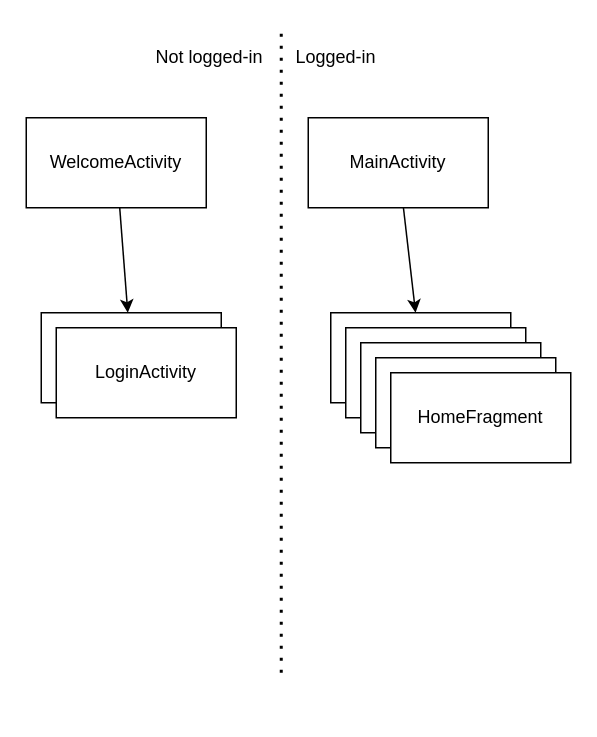
Before: docs/Untitled Diagram.drawio in mobapp20g6/frivillig-app1, a draw.io diagram. Source tidied: cells renumbered, new cells numbered last; positions are measured from the earlier drawing's top-left corner, leaving out a move shared by most shapes. Both pictures are drawn from the tidied source at 150%, with x=0, y=0 at pixel (26, 27).
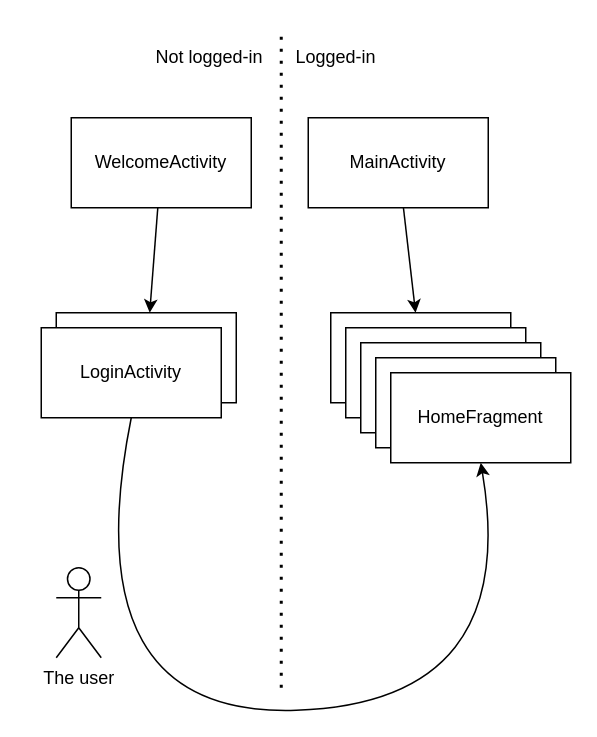
The same diagram, later.

The change refers to these unchanged cells:
```xml
<mxCell id="12" value="HomeFragment" style="whiteSpace=wrap;html=1;rounded=0;" parent="1" vertex="1">
  <mxGeometry x="243" y="230" width="120" height="60" as="geometry" />
</mxCell>
```

The edit, as a diff of the source:
```diff
@@
     <mxCell id="3" value="WelcomeActivity" style="rounded=0;whiteSpace=wrap;html=1;" parent="1" vertex="1">
-      <mxGeometry y="60" width="120" height="60" as="geometry" />
+      <mxGeometry x="30" y="60" width="120" height="60" as="geometry" />
     </mxCell>
     <mxCell id="4" style="whiteSpace=wrap;html=1;rounded=0;" parent="1" vertex="1">
-      <mxGeometry x="10" y="190" width="120" height="60" as="geometry" />
+      <mxGeometry x="20" y="190" width="120" height="60" as="geometry" />
     </mxCell>
@@
     <mxCell id="7" value="LoginActivity" style="whiteSpace=wrap;html=1;rounded=0;" parent="1" vertex="1">
-      <mxGeometry x="20" y="200" width="120" height="60" as="geometry" />
+      <mxGeometry x="10" y="200" width="120" height="60" as="geometry" />
     </mxCell>
@@
     <mxCell id="13" style="endArrow=none;dashed=1;html=1;dashPattern=1 3;strokeWidth=2;" parent="1" edge="1">
       <mxGeometry relative="1" as="geometry">
-        <mxPoint x="170" y="430" as="sourcePoint" />
+        <mxPoint x="170" y="440" as="sourcePoint" />
         <mxPoint x="170" as="targetPoint" />
       </mxGeometry>
     </mxCell>
@@
+    <mxCell id="16" style="curved=1;endArrow=classic;html=1;exitX=0.5;exitY=1;exitDx=0;exitDy=0;entryX=0.5;entryY=1;entryDx=0;entryDy=0;" parent="1" edge="1" source="7" target="12">
+      <mxGeometry relative="1" as="geometry">
+        <Array as="points">
+          <mxPoint x="30" y="460" />
+          <mxPoint x="330" y="450" />
+        </Array>
+      </mxGeometry>
+    </mxCell>
+    <mxCell id="17" value="The user" style="shape=umlActor;verticalLabelPosition=bottom;verticalAlign=top;html=1;" parent="1" vertex="1">
+      <mxGeometry x="20" y="360" width="30" height="60" as="geometry" />
+    </mxCell>
```
